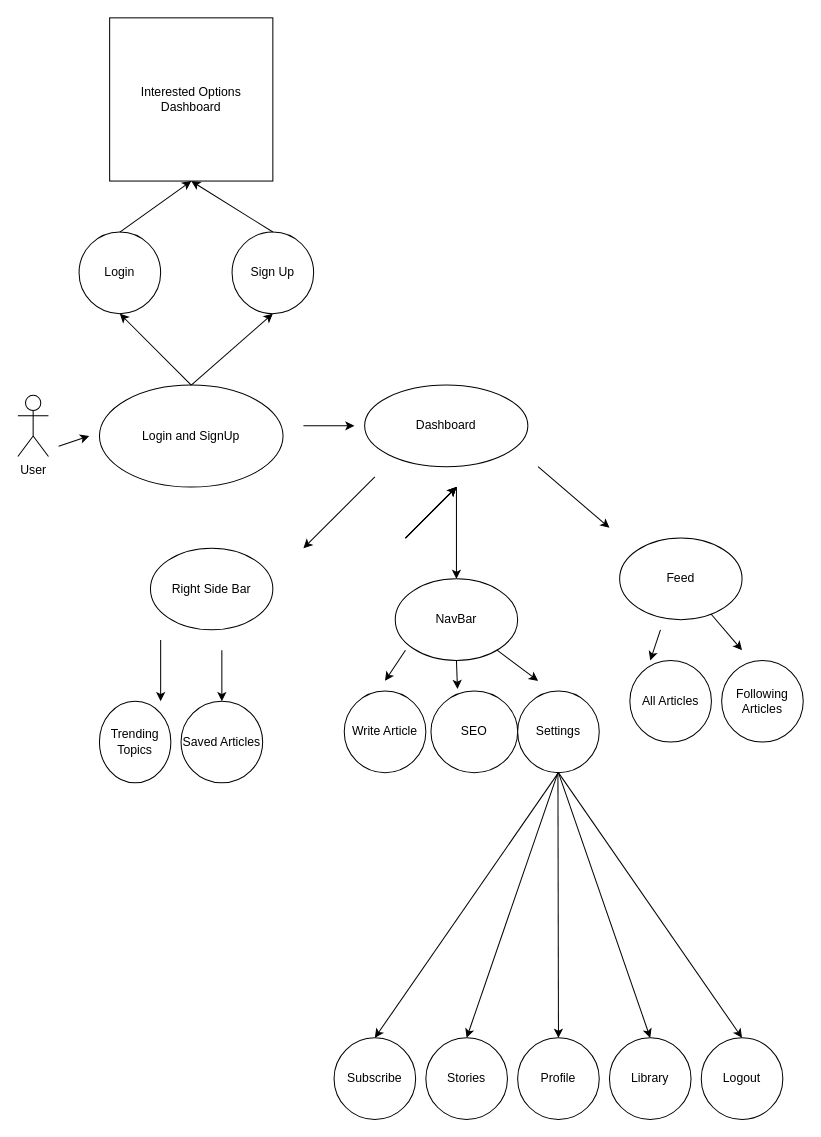
Earlier version of the draw.io diagram Untitled Diagram.drawio (dhanush77777/MindScribe). Source tidied: cells renumbered, new cells numbered last; positions are measured from the earlier drawing's top-left corner, leaving out a move shared by most shapes. Both pictures are drawn from the tidied source at 102%, with x=0, y=0 at pixel (17, 17).
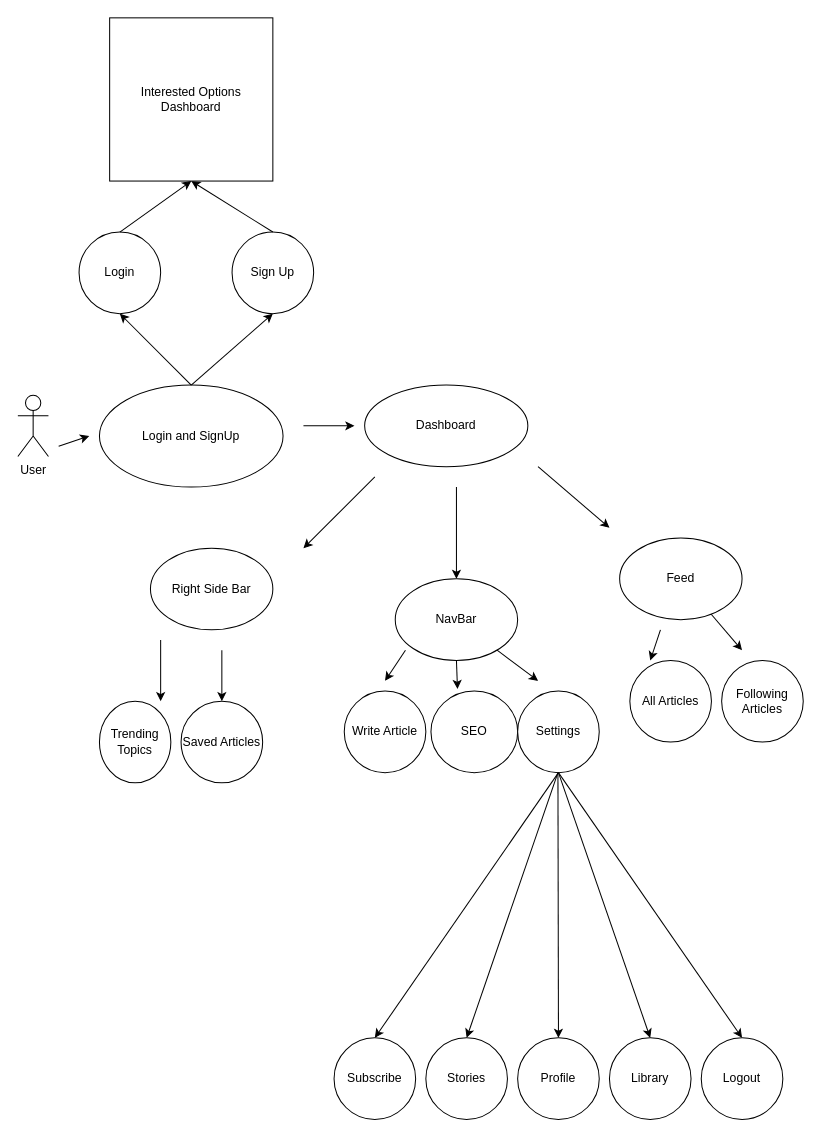
After the change.

Diff of the diagram source:
```diff
@@
-    <mxCell id="40" style="endArrow=classic;html=1;rounded=0;" parent="1" edge="1">
-      <mxGeometry relative="1" as="geometry">
-        <mxPoint x="380" y="510" as="sourcePoint" />
-        <mxPoint x="430" y="460" as="targetPoint" />
-      </mxGeometry>
-    </mxCell>
-    <mxCell id="41" style="endArrow=classic;html=1;rounded=0;" parent="1" edge="1">
-      <mxGeometry relative="1" as="geometry">
-        <mxPoint x="380" y="510" as="sourcePoint" />
-        <mxPoint x="430" y="460" as="targetPoint" />
-      </mxGeometry>
-    </mxCell>
-    <mxCell id="42" style="endArrow=classic;html=1;rounded=0;" parent="1" edge="1">
-      <mxGeometry relative="1" as="geometry">
-        <mxPoint x="380" y="510" as="sourcePoint" />
-        <mxPoint x="430" y="460" as="targetPoint" />
-      </mxGeometry>
-    </mxCell>
```
